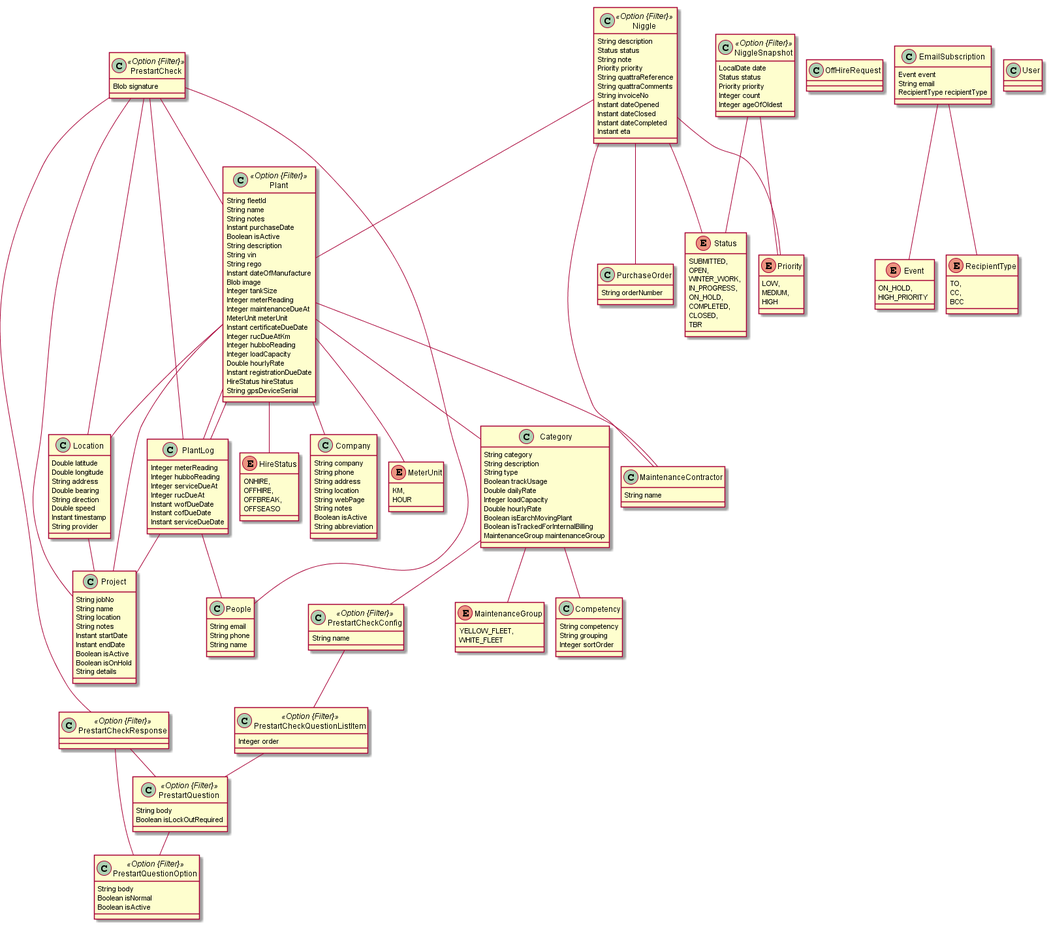
Above: entity.png in LIUTaichen/prestart-jhipster (PlantUML), before the change. Source of this version:
```plantuml
@startuml
	!pragma graphviz_dot jdot
	!pragma syntax class
	class Plant <<Option {Filter}>> {
		String fleetId
		String name
		String notes
		Instant purchaseDate
		Boolean isActive
		String description
		String vin
		String rego
		Instant dateOfManufacture
		Blob image
		Integer tankSize
		Integer meterReading
		Integer maintenanceDueAt
		MeterUnit meterUnit
		Instant certificateDueDate
		Integer rucDueAtKm
		Integer hubboReading
		Integer loadCapacity
		Double hourlyRate
		Instant registrationDueDate
		HireStatus hireStatus
		String gpsDeviceSerial
	}
	Plant ..> MeterUnit
	Plant ..> HireStatus
	class Location  {
		Double latitude
		Double longitude
		String address
		Double bearing
		String direction
		Double speed
		Instant timestamp
		String provider
	}
	enum HireStatus {
		ONHIRE,
		OFFHIRE,
		OFFBREAK,
		OFFSEASO
	}
	class OffHireRequest  {
	}
	class Category  {
		String category
		String description
		String type
		Boolean trackUsage
		Double dailyRate
		Integer loadCapacity
		Double hourlyRate
		Boolean isEarchMovingPlant
		Boolean isTrackedForInternalBilling
		MaintenanceGroup maintenanceGroup
	}
	Category ..> MaintenanceGroup
	class Company  {
		String company
		String phone
		String address
		String location
		String webPage
		String notes
		Boolean isActive
		String abbreviation
	}
	enum MeterUnit {
		KM,
		HOUR
	}
	class MaintenanceContractor  {
		String name
	}
	class Project  {
		String jobNo
		String name
		String location
		String notes
		Instant startDate
		Instant endDate
		Boolean isActive
		Boolean isOnHold
		String details
	}
	class Competency  {
		String competency
		String grouping
		Integer sortOrder
	}
	class People  {
		String email
		String phone
		String name
	}
	class Niggle <<Option {Filter}>> {
		String description
		Status status
		String note
		Priority priority
		String quattraReference
		String quattraComments
		String invoiceNo
		Instant dateOpened
		Instant dateClosed
		Instant dateCompleted
		Instant eta
	}
	Niggle ..> Status
	Niggle ..> Priority
	enum Priority {
		LOW,
		MEDIUM,
		HIGH
	}
	enum Status {
		SUBMITTED,
		OPEN,
		WINTER_WORK,
		IN_PROGRESS,
		ON_HOLD,
		COMPLETED,
		CLOSED,
		TBR
	}
	class PlantLog  {
		Integer meterReading
		Integer hubboReading
		Integer serviceDueAt
		Integer rucDueAt
		Instant wofDueDate
		Instant cofDueDate
		Instant serviceDueDate
	}
	class PurchaseOrder  {
		String orderNumber
	}
	class NiggleSnapshot <<Option {Filter}>> {
		LocalDate date
		Status status
		Priority priority
		Integer count
		Integer ageOfOldest
	}
	NiggleSnapshot ..> Status
	NiggleSnapshot ..> Priority
	class EmailSubscription  {
		Event event
		String email
		RecipientType recipientType
	}
	EmailSubscription ..> Event
	EmailSubscription ..> RecipientType
	class PrestartCheck <<Option {Filter}>> {
		Blob signature
	}
	class PrestartCheckResponse <<Option {Filter}>> {
	}
	class PrestartCheckConfig <<Option {Filter}>> {
		String name
	}
	class PrestartQuestion <<Option {Filter}>> {
		String body
		Boolean isLockOutRequired
	}
	class PrestartQuestionOption <<Option {Filter}>> {
		String body
		Boolean isNormal
		Boolean isActive
	}
	class PrestartCheckQuestionListItem <<Option {Filter}>> {
		Integer order
	}
	enum Event {
		ON_HOLD,
		HIGH_PRIORITY
	}
	enum RecipientType {
		TO,
		CC,
		BCC
	}
	Plant  "category 0..* " o-- "0..1 "  Category
	Plant  "owner 0..* " o-- "0..1 "  Company
	Plant  "assignedContractor 0..* " o-- "0..1 "  MaintenanceContractor
	Plant  "project 0..* " o-- "0..1 "  Project
	PlantLog  "plant 0..* " o-- "0..1 "  Plant
	Niggle  "plant 0..* " o-- "0..1 "  Plant
	Niggle  "assignedContractor 0..* " o-- "0..1 "  MaintenanceContractor
	Category  "competency 0..* " o-- "0..1 "  Competency
	PlantLog  "operator 0..* " o-- "0..1 "  People
	PlantLog  "site 0..* " o-- "0..1 "  Project
	Location  "project 0..* " o-- "0..1 "  Project
	Category  "prestartCheckConfig 0..* " o-- "0..1 "  PrestartCheckConfig
	PrestartCheckResponse  "question 0..* " o-- "0..1 "  PrestartQuestion
	PrestartCheckResponse  "response 0..* " o-- "0..1 "  PrestartQuestionOption
	PrestartCheckQuestionListItem  "question 0..* " o-- "0..1 "  PrestartQuestion
	PrestartCheck  "project 0..* " o-- "0..1 "  Project
	PrestartCheck  "plant 0..* " o-- "0..1 "  Plant
	PrestartCheck  "location 0..* " o-- "0..1 "  Location
	PrestartCheck  "operator 0..* " o-- "0..1 "  People
	Niggle  "purchaseOrder 0..1 " -- "0..1 "  PurchaseOrder
	Plant  "location 0..1 " -- "0..1 "  Location
	PrestartCheck  "plantLog 0..1 " -- "0..1 "  PlantLog
	Plant  "lastLog 0..1 " -- "0..1 "  PlantLog
	PrestartCheckConfig  "questionlist 0..1 " --o "0..* "  PrestartCheckQuestionListItem
	PrestartCheck  "responses 0..1 " --o "0..* "  PrestartCheckResponse
	PrestartQuestion  "options 0..1 " --o "0..* "  PrestartQuestionOption
	enum MaintenanceGroup {
		YELLOW_FLEET,
		WHITE_FLEET
	}
	class User  {
	}
@enduml
```
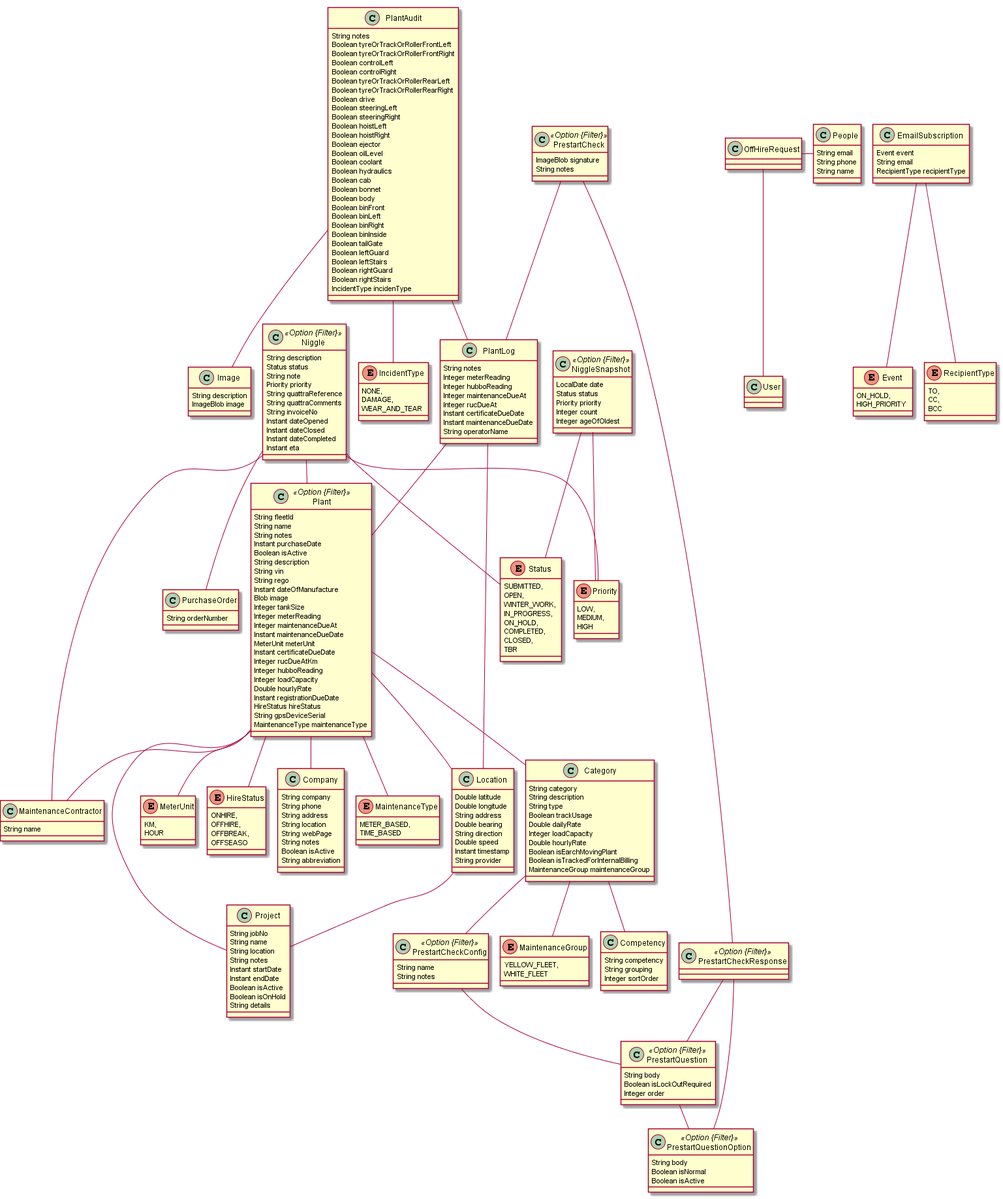
After the change.

Diff of the diagram source:
```diff
@@ -15,6 +15,7 @@
 		Integer tankSize
 		Integer meterReading
 		Integer maintenanceDueAt
+		Instant maintenanceDueDate
 		MeterUnit meterUnit
 		Instant certificateDueDate
 		Integer rucDueAtKm
@@ -24,9 +25,15 @@
 		Instant registrationDueDate
 		HireStatus hireStatus
 		String gpsDeviceSerial
+		MaintenanceType maintenanceType
 	}
 	Plant ..> MeterUnit
 	Plant ..> HireStatus
+	Plant ..> MaintenanceType
+	enum MaintenanceType {
+		METER_BASED,
+		TIME_BASED
+	}
 	class Location  {
 		Double latitude
 		Double longitude
@@ -127,13 +134,55 @@
 		TBR
 	}
 	class PlantLog  {
+		String notes
 		Integer meterReading
 		Integer hubboReading
-		Integer serviceDueAt
+		Integer maintenanceDueAt
 		Integer rucDueAt
-		Instant wofDueDate
-		Instant cofDueDate
-		Instant serviceDueDate
+		Instant certificateDueDate
+		Instant maintenanceDueDate
+		String operatorName
+	}
+	class PlantAudit  {
+		String notes
+		Boolean tyreOrTrackOrRollerFrontLeft
+		Boolean tyreOrTrackOrRollerFrontRight
+		Boolean controlLeft
+		Boolean controlRight
+		Boolean tyreOrTrackOrRollerRearLeft
+		Boolean tyreOrTrackOrRollerRearRight
+		Boolean drive
+		Boolean steeringLeft
+		Boolean steeringRight
+		Boolean hoistLeft
+		Boolean hoistRight
+		Boolean ejector
+		Boolean oilLevel
+		Boolean coolant
+		Boolean hydraulics
+		Boolean cab
+		Boolean bonnet
+		Boolean body
+		Boolean binFront
+		Boolean binLeft
+		Boolean binRight
+		Boolean binInside
+		Boolean tailGate
+		Boolean leftGuard
+		Boolean leftStairs
+		Boolean rightGuard
+		Boolean rightStairs
+		IncidentType incidenType
+	}
+	PlantAudit ..> IncidentType
+	class Image  {
+		String description
+		ImageBlob image
+	}
+	enum IncidentType {
+		NONE,
+		DAMAGE,
+		WEAR_AND_TEAR
 	}
 	class PurchaseOrder  {
 		String orderNumber
@@ -155,24 +204,24 @@
 	EmailSubscription ..> Event
 	EmailSubscription ..> RecipientType
 	class PrestartCheck <<Option {Filter}>> {
-		Blob signature
+		ImageBlob signature
+		String notes
 	}
 	class PrestartCheckResponse <<Option {Filter}>> {
 	}
 	class PrestartCheckConfig <<Option {Filter}>> {
 		String name
+		String notes
 	}
 	class PrestartQuestion <<Option {Filter}>> {
 		String body
 		Boolean isLockOutRequired
+		Integer order
 	}
 	class PrestartQuestionOption <<Option {Filter}>> {
 		String body
 		Boolean isNormal
 		Boolean isActive
-	}
-	class PrestartCheckQuestionListItem <<Option {Filter}>> {
-		Integer order
 	}
 	enum Event {
 		ON_HOLD,
@@ -191,24 +240,19 @@
 	Niggle  "plant 0..* " o-- "0..1 "  Plant
 	Niggle  "assignedContractor 0..* " o-- "0..1 "  MaintenanceContractor
 	Category  "competency 0..* " o-- "0..1 "  Competency
-	PlantLog  "operator 0..* " o-- "0..1 "  People
-	PlantLog  "site 0..* " o-- "0..1 "  Project
 	Location  "project 0..* " o-- "0..1 "  Project
 	Category  "prestartCheckConfig 0..* " o-- "0..1 "  PrestartCheckConfig
 	PrestartCheckResponse  "question 0..* " o-- "0..1 "  PrestartQuestion
 	PrestartCheckResponse  "response 0..* " o-- "0..1 "  PrestartQuestionOption
-	PrestartCheckQuestionListItem  "question 0..* " o-- "0..1 "  PrestartQuestion
-	PrestartCheck  "project 0..* " o-- "0..1 "  Project
-	PrestartCheck  "plant 0..* " o-- "0..1 "  Plant
-	PrestartCheck  "location 0..* " o-- "0..1 "  Location
-	PrestartCheck  "operator 0..* " o-- "0..1 "  People
 	Niggle  "purchaseOrder 0..1 " -- "0..1 "  PurchaseOrder
 	Plant  "location 0..1 " -- "0..1 "  Location
 	PrestartCheck  "plantLog 0..1 " -- "0..1 "  PlantLog
-	Plant  "lastLog 0..1 " -- "0..1 "  PlantLog
-	PrestartCheckConfig  "questionlist 0..1 " --o "0..* "  PrestartCheckQuestionListItem
+	PlantAudit  "plantLog 0..1 " -- "0..1 "  PlantLog
+	PlantLog  "location 0..1 " -- "0..1 "  Location
+	PrestartCheckConfig  "questionlist 0..1 " --o "0..* "  PrestartQuestion
 	PrestartCheck  "responses 0..1 " --o "0..* "  PrestartCheckResponse
 	PrestartQuestion  "options 0..1 " --o "0..* "  PrestartQuestionOption
+	PlantAudit  "photos 0..1 " --o "0..* "  Image
 	enum MaintenanceGroup {
 		YELLOW_FLEET,
 		WHITE_FLEET
```
